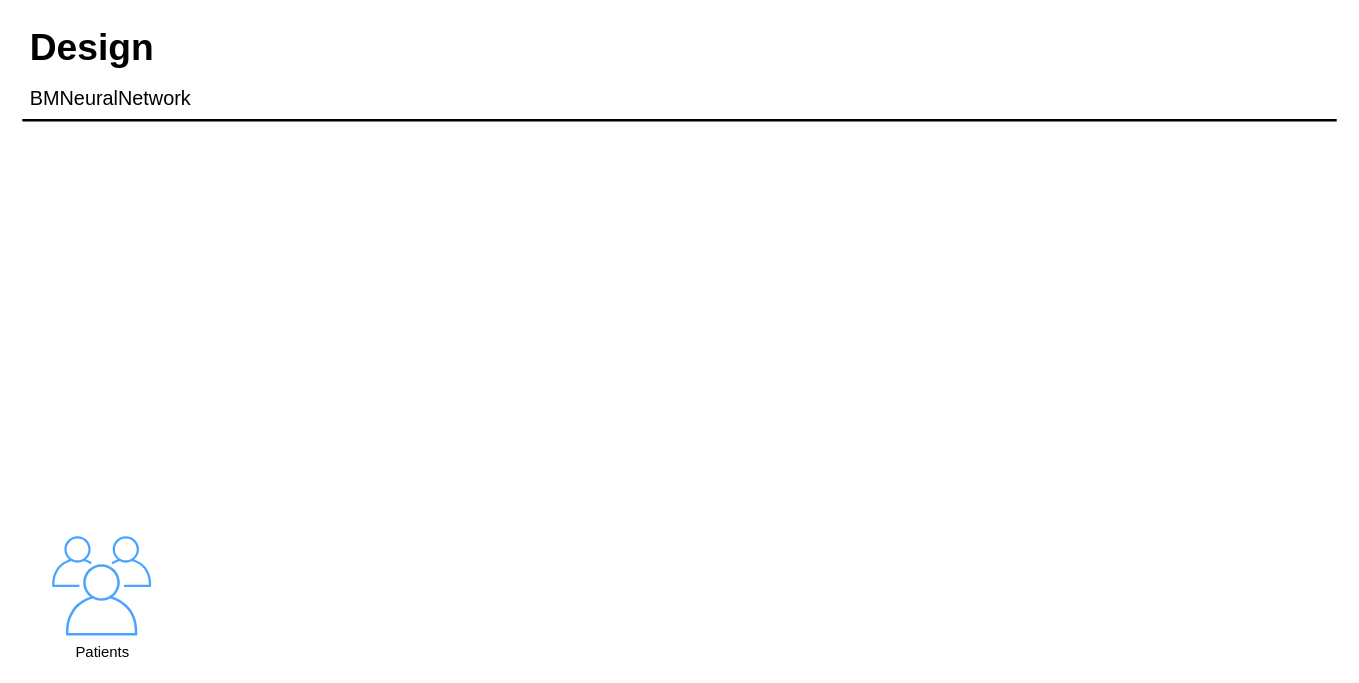
The draw.io diagram src/Untitled Diagram.drawio in OofNSquared/BMNeuralEngine, before the edit. Source tidied: cells renumbered, new cells numbered last; positions are measured from the earlier drawing's top-left corner, leaving out a move shared by most shapes. Both pictures are drawn from the tidied source at 124%, with x=0, y=0 at pixel (21, 20).
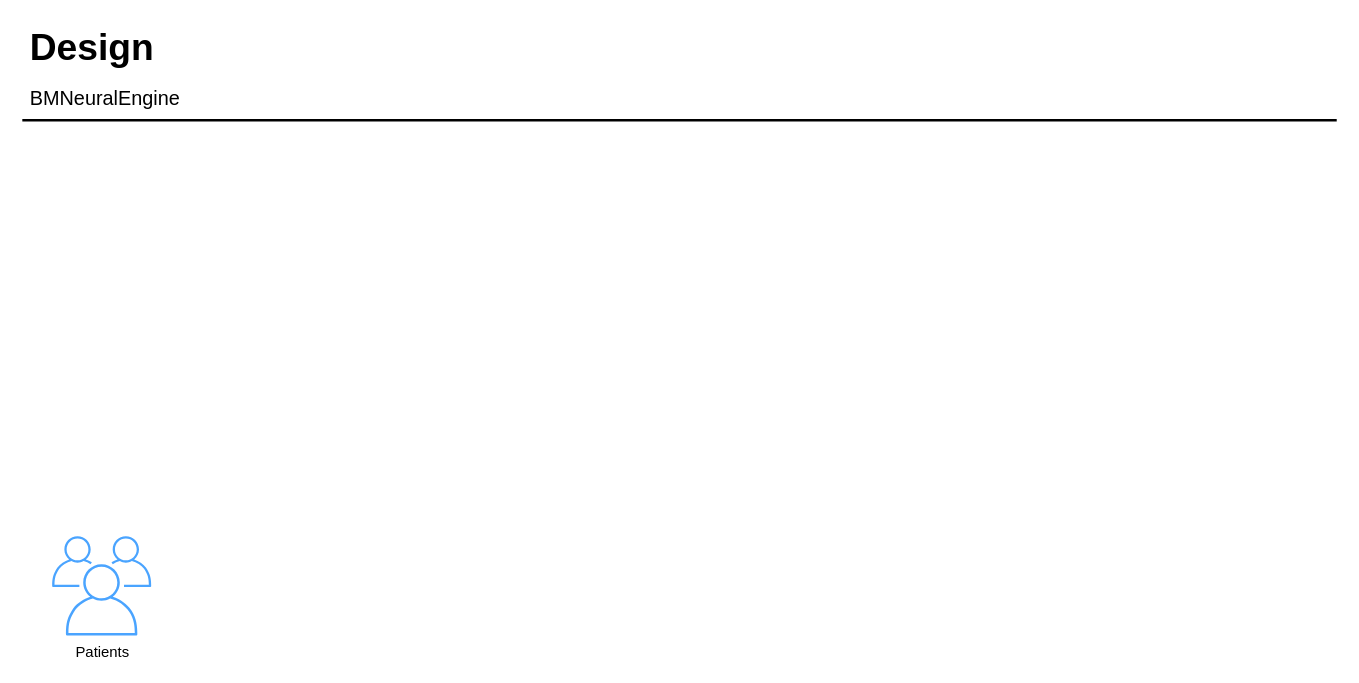
Above is the later version.

Diff of the diagram source:
```diff
@@
 <mxGraphModel>
   <root>
     <mxCell id="0" />
     <mxCell id="1" parent="0" />
     <mxCell id="2" value="Design" style="text;html=1;align=left;verticalAlign=top;spacingTop=-4;fontSize=30;fontStyle=1;" parent="1" vertex="1">
       <mxGeometry x="4.5" y="0.5" width="120" height="40" as="geometry" />
     </mxCell>
-    <mxCell id="3" value="BMNeuralNetwork" style="text;html=1;align=left;verticalAlign=top;spacingTop=-4;fontSize=16;" parent="1" vertex="1">
+    <mxCell id="3" value="BMNeuralEngine" style="text;html=1;align=left;verticalAlign=top;spacingTop=-4;fontSize=16;" parent="1" vertex="1">
       <mxGeometry x="4.5" y="50.5" width="150" height="30" as="geometry" />
     </mxCell>
     <mxCell id="4" style="line;strokeWidth=2;html=1;fontSize=14;" parent="1" vertex="1">
       <mxGeometry x="0.5" y="75.5" width="1060" height="10" as="geometry" />
     </mxCell>
     <mxCell id="5" value="Patients" style="sketch=0;dashed=0;verticalLabelPosition=bottom;verticalAlign=top;align=center;html=1;fontSize=12;fontStyle=0;shape=mxgraph.aws4.illustration_users;fillColor=#4AA4FF;" parent="1" vertex="1">
       <mxGeometry x="24.5" y="416" width="80" height="80" as="geometry" />
     </mxCell>
   </root>
 </mxGraphModel>
```
